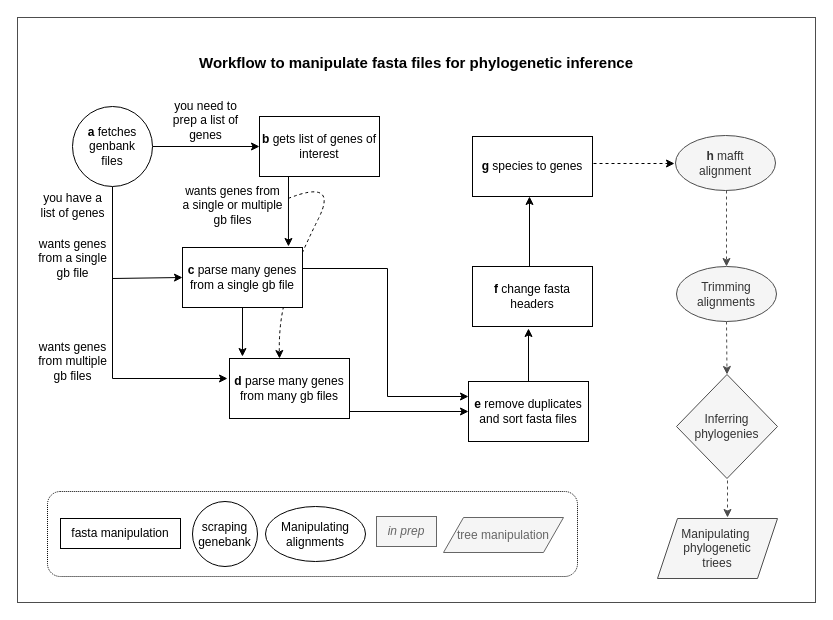
The draw.io diagram images/Untitled Diagram.drawio in deisejpg/manipulating_fastas, before the edit. Source tidied: cells renumbered, new cells numbered last; positions are measured from the earlier drawing's top-left corner, leaving out a move shared by most shapes. Both pictures are drawn from the tidied source at 100%, with x=0, y=0 at pixel (17, 17).
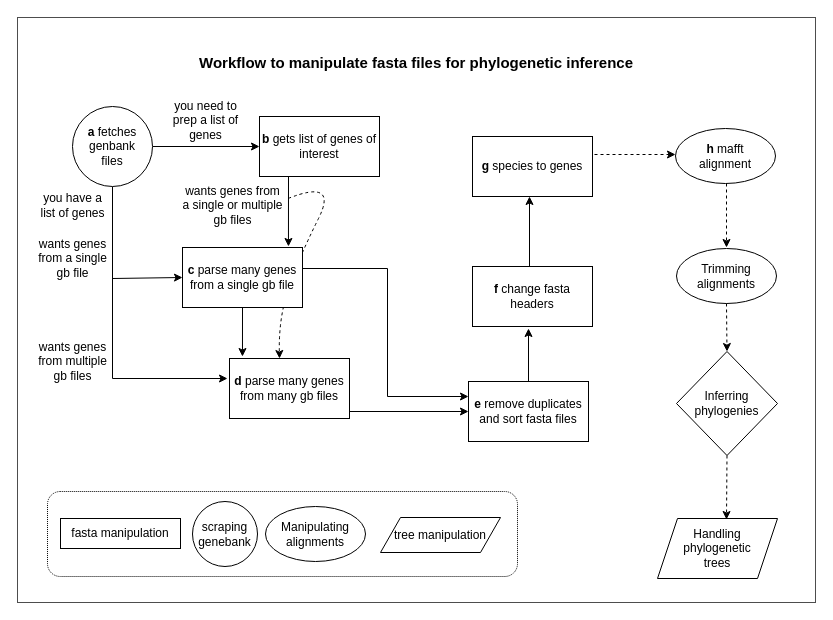
The same page after the edit.

Diff of the diagram source:
```diff
@@
     <mxCell id="4" style="rounded=1;whiteSpace=wrap;html=1;dashed=1;dashPattern=1 1;" parent="1" vertex="1">
-      <mxGeometry x="30" y="474" width="530" height="85" as="geometry" />
+      <mxGeometry x="30" y="474" width="470" height="85" as="geometry" />
     </mxCell>
@@
     <mxCell id="16" style="edgeStyle=none;rounded=0;orthogonalLoop=1;jettySize=auto;html=1;entryX=0.04;entryY=0.636;entryDx=0;entryDy=0;entryPerimeter=0;dashed=1;" parent="1" edge="1">
       <mxGeometry relative="1" as="geometry">
-        <mxPoint x="570" y="146" as="sourcePoint" />
-        <mxPoint x="657" y="146" as="targetPoint" />
+        <mxPoint x="571" y="137" as="sourcePoint" />
+        <mxPoint x="658" y="137" as="targetPoint" />
       </mxGeometry>
     </mxCell>
@@
-    <mxCell id="25" value="&lt;i&gt;in prep&lt;/i&gt;" style="text;html=1;strokeColor=#666666;fillColor=#f5f5f5;align=center;verticalAlign=middle;whiteSpace=wrap;rounded=0;fontColor=#666666;" parent="1" vertex="1">
-      <mxGeometry x="359" y="499" width="60" height="30" as="geometry" />
-    </mxCell>
-    <mxCell id="26" style="edgeStyle=none;rounded=0;orthogonalLoop=1;jettySize=auto;html=1;exitX=0.5;exitY=1;exitDx=0;exitDy=0;entryX=0.5;entryY=0;entryDx=0;entryDy=0;dashed=1;fillColor=#f5f5f5;strokeColor=#4D4D4D;" parent="1" edge="1">
+    <mxCell id="26" style="edgeStyle=none;rounded=0;orthogonalLoop=1;jettySize=auto;html=1;exitX=0.5;exitY=1;exitDx=0;exitDy=0;dashed=1;fillColor=#f5f5f5;strokeColor=#000000;" parent="1" edge="1">
       <mxGeometry relative="1" as="geometry">
-        <mxPoint x="709" y="173" as="sourcePoint" />
-        <mxPoint x="709" y="249" as="targetPoint" />
+        <mxPoint x="709" y="166" as="sourcePoint" />
+        <mxPoint x="709" y="230" as="targetPoint" />
       </mxGeometry>
     </mxCell>
-    <mxCell id="27" value="&lt;b&gt;h&lt;/b&gt; mafft &lt;br&gt;alignment" style="ellipse;whiteSpace=wrap;html=1;fontColor=#333333;fillColor=#f5f5f5;strokeColor=#4D4D4D;" parent="1" vertex="1">
-      <mxGeometry x="658" y="118" width="100" height="55" as="geometry" />
+    <mxCell id="27" value="&lt;font color=&quot;#000000&quot;&gt;&lt;b&gt;h&lt;/b&gt; mafft &lt;br&gt;alignment&lt;/font&gt;" style="ellipse;whiteSpace=wrap;html=1;fontColor=#333333;fillColor=none;strokeColor=#000000;" parent="1" vertex="1">
+      <mxGeometry x="658" y="111" width="100" height="55" as="geometry" />
     </mxCell>
-    <mxCell id="28" style="edgeStyle=none;rounded=0;jettySize=auto;html=1;exitX=0.5;exitY=1;exitDx=0;exitDy=0;entryX=0.5;entryY=0;entryDx=0;entryDy=0;dashed=1;fontColor=#4D4D4D;fillColor=#f5f5f5;strokeColor=#4D4D4D;" parent="1" edge="1" source="29" target="31">
+    <mxCell id="28" style="edgeStyle=none;rounded=0;jettySize=auto;html=1;exitX=0.5;exitY=1;exitDx=0;exitDy=0;entryX=0.5;entryY=0;entryDx=0;entryDy=0;dashed=1;fontColor=#4D4D4D;fillColor=#f5f5f5;strokeColor=#000000;" parent="1" edge="1" source="29" target="31">
       <mxGeometry relative="1" as="geometry" />
     </mxCell>
-    <mxCell id="29" value="Trimming&lt;br&gt;alignments" style="ellipse;whiteSpace=wrap;html=1;fontColor=#333333;fillColor=#f5f5f5;strokeColor=#4D4D4D;" parent="1" vertex="1">
-      <mxGeometry x="659" y="249" width="100" height="55" as="geometry" />
+    <mxCell id="29" value="&lt;font color=&quot;#000000&quot;&gt;Trimming&lt;br&gt;alignments&lt;/font&gt;" style="ellipse;whiteSpace=wrap;html=1;fontColor=#333333;fillColor=none;strokeColor=#000000;" parent="1" vertex="1">
+      <mxGeometry x="659" y="231" width="100" height="55" as="geometry" />
     </mxCell>
-    <mxCell id="30" style="edgeStyle=none;rounded=0;orthogonalLoop=1;jettySize=auto;html=1;exitX=0.5;exitY=1;exitDx=0;exitDy=0;entryX=0.558;entryY=0.067;entryDx=0;entryDy=0;entryPerimeter=0;dashed=1;fillColor=#f5f5f5;strokeColor=#4D4D4D;" parent="1" edge="1">
+    <mxCell id="30" style="edgeStyle=none;rounded=0;jettySize=auto;html=1;exitX=0.5;exitY=1;exitDx=0;exitDy=0;entryX=0.558;entryY=0.067;entryDx=0;entryDy=0;entryPerimeter=0;dashed=1;fillColor=#f5f5f5;strokeColor=#000000;" parent="1" edge="1" source="31">
       <mxGeometry relative="1" as="geometry">
-        <mxPoint x="710" y="451" as="sourcePoint" />
-        <mxPoint x="710" y="500" as="targetPoint" />
+        <mxPoint x="709" y="502" as="targetPoint" />
       </mxGeometry>
     </mxCell>
-    <mxCell id="31" value="Inferring&lt;br&gt;phylogenies" style="rhombus;whiteSpace=wrap;html=1;fontColor=#333333;fillColor=#f5f5f5;strokeColor=#4D4D4D;" parent="1" vertex="1">
-      <mxGeometry x="659" y="357" width="101" height="104" as="geometry" />
+    <mxCell id="31" value="&lt;font color=&quot;#000000&quot;&gt;Inferring&lt;br&gt;phylogenies&lt;/font&gt;" style="rhombus;whiteSpace=wrap;html=1;fontColor=#333333;fillColor=none;strokeColor=#000000;" parent="1" vertex="1">
+      <mxGeometry x="659" y="334" width="101" height="104" as="geometry" />
     </mxCell>
-    <mxCell id="32" value="Manipulating&amp;nbsp;&lt;br&gt;phylogenetic&lt;br&gt;triees" style="shape=parallelogram;perimeter=parallelogramPerimeter;whiteSpace=wrap;html=1;fixedSize=1;fontColor=#333333;fillColor=#f5f5f5;strokeColor=#4D4D4D;" parent="1" vertex="1">
+    <mxCell id="32" value="&lt;font color=&quot;#000000&quot;&gt;Handling phylogenetic&lt;br&gt;trees&lt;/font&gt;" style="shape=parallelogram;perimeter=parallelogramPerimeter;whiteSpace=wrap;html=1;fixedSize=1;fontColor=#333333;fillColor=none;strokeColor=#000000;" parent="1" vertex="1">
       <mxGeometry x="640" y="501" width="120" height="60" as="geometry" />
     </mxCell>
-    <mxCell id="33" value="tree manipulation" style="shape=parallelogram;perimeter=parallelogramPerimeter;whiteSpace=wrap;html=1;fixedSize=1;fillColor=#f5f5f5;fontColor=#666666;strokeColor=#666666;" parent="1" vertex="1">
-      <mxGeometry x="426" y="500" width="120" height="35" as="geometry" />
+    <mxCell id="33" value="&lt;font color=&quot;#000000&quot;&gt;tree manipulation&lt;/font&gt;" style="shape=parallelogram;perimeter=parallelogramPerimeter;whiteSpace=wrap;html=1;fixedSize=1;fillColor=none;fontColor=#666666;strokeColor=#000000;" parent="1" vertex="1">
+      <mxGeometry x="363" y="500" width="120" height="35" as="geometry" />
     </mxCell>
```
